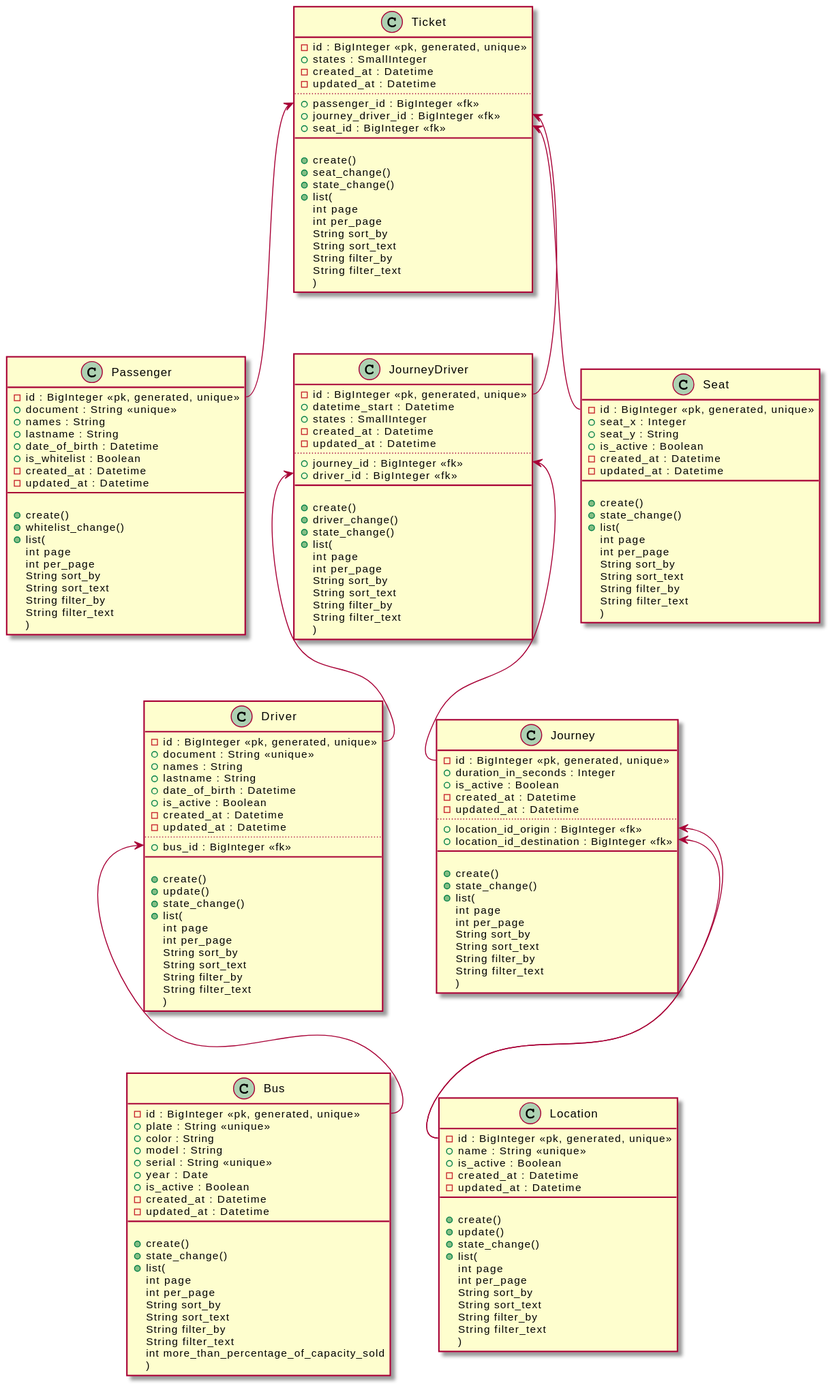
Earlier version of the PlantUML export diagrams/diagram_class.svg (bypabloc/travel_agency_backend). Source of this version:
```plantuml
@startuml
class Bus{
    -{field} id : BigInteger << pk, generated, unique >>
    +{field} plate : String << unique >>
    +{field} color : String
    +{field} model : String
    +{field} serial : String << unique >>
    +{field} year : Date
    +{field} is_active : Boolean
    -{field} created_at : Datetime
    -{field} updated_at : Datetime
    __

    +{method} create()
    +{method} state_change()
    +{method} list(
        int page
        int per_page
        String sort_by
        String sort_text
        String filter_by
        String filter_text
        int more_than_percentage_of_capacity_sold
    )
}

class Driver{
    -{field} id : BigInteger << pk, generated, unique >>
    +{field} document : String << unique >>
    +{field} names : String
    +{field} lastname : String
    +{field} date_of_birth : Datetime
    +{field} is_active : Boolean
    -{field} created_at : Datetime
    -{field} updated_at : Datetime
    ..
    +{field} bus_id : BigInteger << fk >>
    __

    +{method} create()
    +{method} update()
    +{method} state_change()
    +{method} list(
        int page
        int per_page
        String sort_by
        String sort_text
        String filter_by
        String filter_text
    )
}
Driver::bus_id <-- Bus::id

class Passenger{
    -{field} id : BigInteger << pk, generated, unique >>
    +{field} document : String << unique >>
    +{field} names : String
    +{field} lastname : String
    +{field} date_of_birth : Datetime
    +{field} is_whitelist : Boolean
    -{field} created_at : Datetime
    -{field} updated_at : Datetime
    __

    +{method} create()
    +{method} whitelist_change()
    +{method} list(
        int page
        int per_page
        String sort_by
        String sort_text
        String filter_by
        String filter_text
    )
}

class Location{
    -{field} id : BigInteger << pk, generated, unique >>
    +{field} name : String << unique >>
    +{field} is_active : Boolean
    -{field} created_at : Datetime
    -{field} updated_at : Datetime
    __

    +{method} create()
    +{method} update()
    +{method} state_change()
    +{method} list(
        int page
        int per_page
        String sort_by
        String sort_text
        String filter_by
        String filter_text
    )
}
class Journey{
    -{field} id : BigInteger << pk, generated, unique >>
    +{field} duration_in_seconds : Integer
    +{field} is_active : Boolean
    -{field} created_at : Datetime
    -{field} updated_at : Datetime
    ..
    +{field} location_id_origin : BigInteger << fk >>
    +{field} location_id_destination : BigInteger << fk >>
    __

    +{method} create()
    +{method} state_change()
    +{method} list(
        int page
        int per_page
        String sort_by
        String sort_text
        String filter_by
        String filter_text
    )
}
Journey::location_id_origin <-- Location::id
Journey::location_id_destination <-- Location::id

class JourneyDriver{
    -{field} id : BigInteger << pk, generated, unique >>
    +{field} datetime_start : Datetime
    +{field} states : SmallInteger
    -{field} created_at : Datetime
    -{field} updated_at : Datetime
    ..
    +{field} journey_id : BigInteger << fk >>
    +{field} driver_id : BigInteger  << fk >>
    __

    +{method} create()
    +{method} driver_change()
    +{method} state_change()
    +{method} list(
        int page
        int per_page
        String sort_by
        String sort_text
        String filter_by
        String filter_text
    )
}
JourneyDriver::journey_id <-- Journey::id
JourneyDriver::driver_id <-- Driver::id

class Seat{
    -{field} id : BigInteger << pk, generated, unique >>
    +{field} seat_x : Integer
    +{field} seat_y : String
    +{field} is_active : Boolean
    -{field} created_at : Datetime
    -{field} updated_at : Datetime
    __

    +{method} create()
    +{method} state_change()
    +{method} list(
        int page
        int per_page
        String sort_by
        String sort_text
        String filter_by
        String filter_text
    )
}

class Ticket{
    -{field} id : BigInteger << pk, generated, unique >>
    +{field} states : SmallInteger
    -{field} created_at : Datetime
    -{field} updated_at : Datetime
    ..
    +{field} passenger_id : BigInteger << fk >>
    +{field} journey_driver_id : BigInteger << fk >>
    +{field} seat_id : BigInteger << fk >>
    __

    +{method} create()
    +{method} seat_change()
    +{method} state_change()
    +{method} list(
        int page
        int per_page
        String sort_by
        String sort_text
        String filter_by
        String filter_text
    )
}
Ticket::passenger_id <-- Passenger::id
Ticket::journey_driver_id <-- JourneyDriver::id
Ticket::seat_id <-- Seat::id
@enduml
```
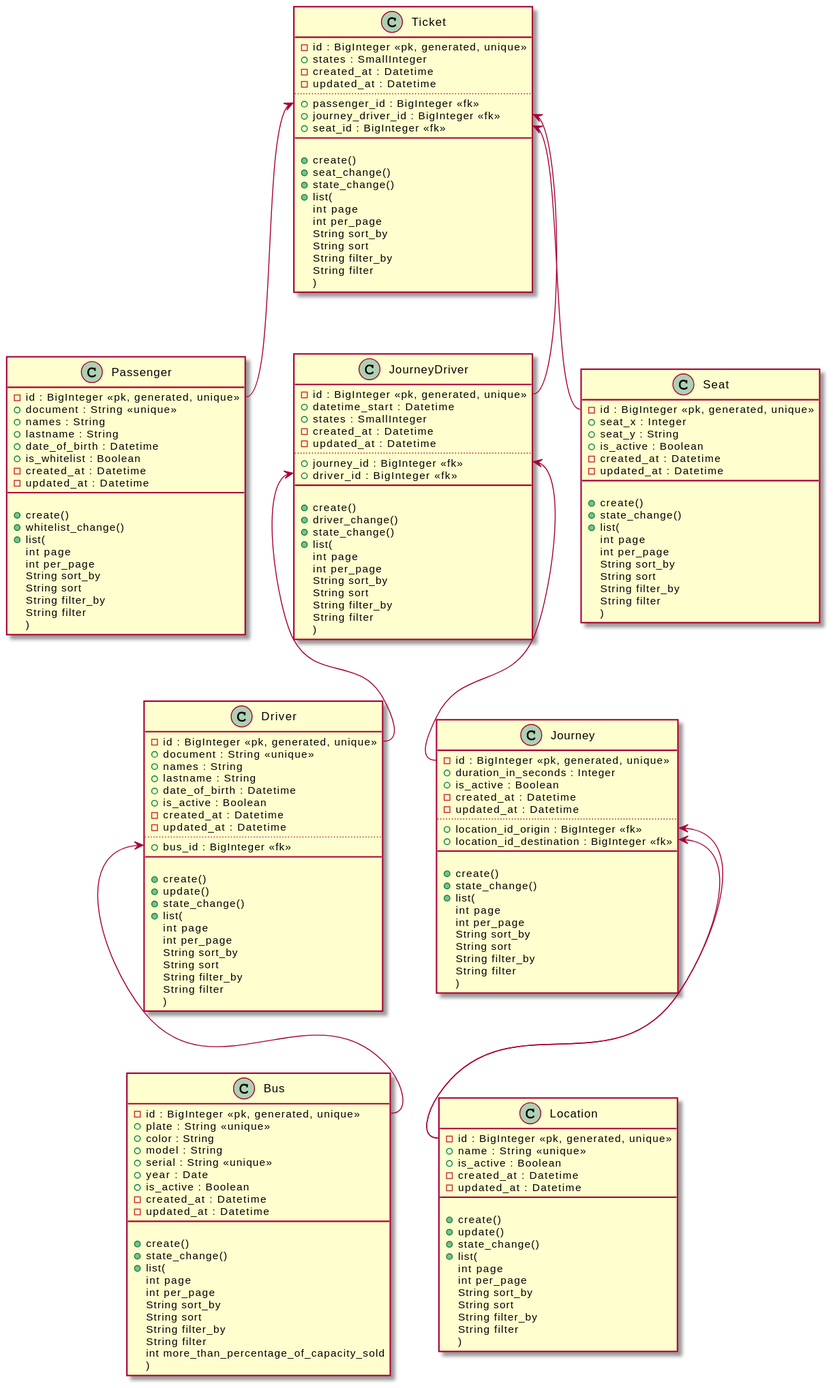
After the change.

Commit message:
diagram class v2

Diff of the diagram source:
```diff
@@ -17,9 +17,9 @@
         int page
         int per_page
         String sort_by
-        String sort_text
+        String sort
         String filter_by
-        String filter_text
+        String filter
         int more_than_percentage_of_capacity_sold
     )
 }
@@ -44,9 +44,9 @@
         int page
         int per_page
         String sort_by
-        String sort_text
+        String sort
         String filter_by
-        String filter_text
+        String filter
     )
 }
 Driver::bus_id <-- Bus::id
@@ -68,9 +68,9 @@
         int page
         int per_page
         String sort_by
-        String sort_text
+        String sort
         String filter_by
-        String filter_text
+        String filter
     )
 }
 
@@ -89,9 +89,9 @@
         int page
         int per_page
         String sort_by
-        String sort_text
+        String sort
         String filter_by
-        String filter_text
+        String filter
     )
 }
 class Journey{
@@ -111,9 +111,9 @@
         int page
         int per_page
         String sort_by
-        String sort_text
+        String sort
         String filter_by
-        String filter_text
+        String filter
     )
 }
 Journey::location_id_origin <-- Location::id
@@ -137,9 +137,9 @@
         int page
         int per_page
         String sort_by
-        String sort_text
+        String sort
         String filter_by
-        String filter_text
+        String filter
     )
 }
 JourneyDriver::journey_id <-- Journey::id
@@ -160,9 +160,9 @@
         int page
         int per_page
         String sort_by
-        String sort_text
+        String sort
         String filter_by
-        String filter_text
+        String filter
     )
 }
 
@@ -184,9 +184,9 @@
         int page
         int per_page
         String sort_by
-        String sort_text
+        String sort
         String filter_by
-        String filter_text
+        String filter
     )
 }
 Ticket::passenger_id <-- Passenger::id
```
